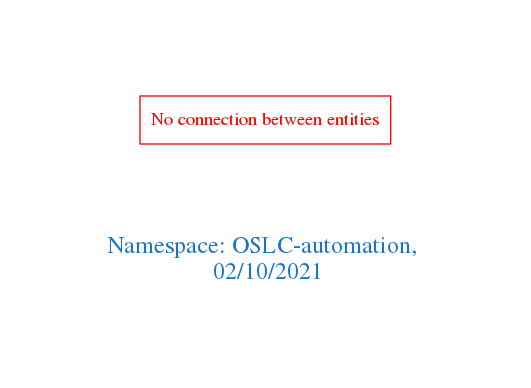
Before: downloads/OSLC-automation.png, a diagram exported from Graphviz (arago/OGIT). Its source is kept beside it as downloads/OSLC-automation.dot.
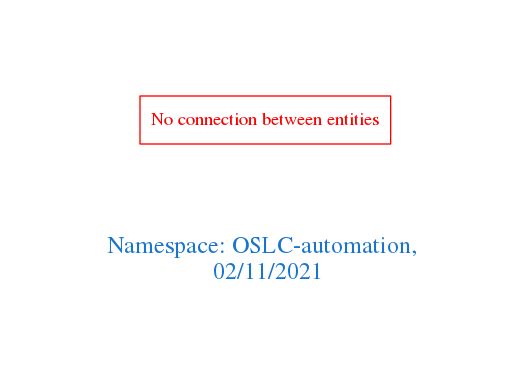
The same diagram one commit later.

What changed in the source:
```diff
@@ -1,7 +1,7 @@
 digraph OGIT_ontology {
  graph [ rankdir= LR,pad=1
 fontsize = 18,
-fontcolor= dodgerblue3,label = "\n\n\nNamespace: OSLC-automation, \n 02/10/2021"];
+fontcolor= dodgerblue3,label = "\n\n\nNamespace: OSLC-automation, \n 02/11/2021"];
 node[shape=polygon];
 edge [  color="gray81"];
 
```
